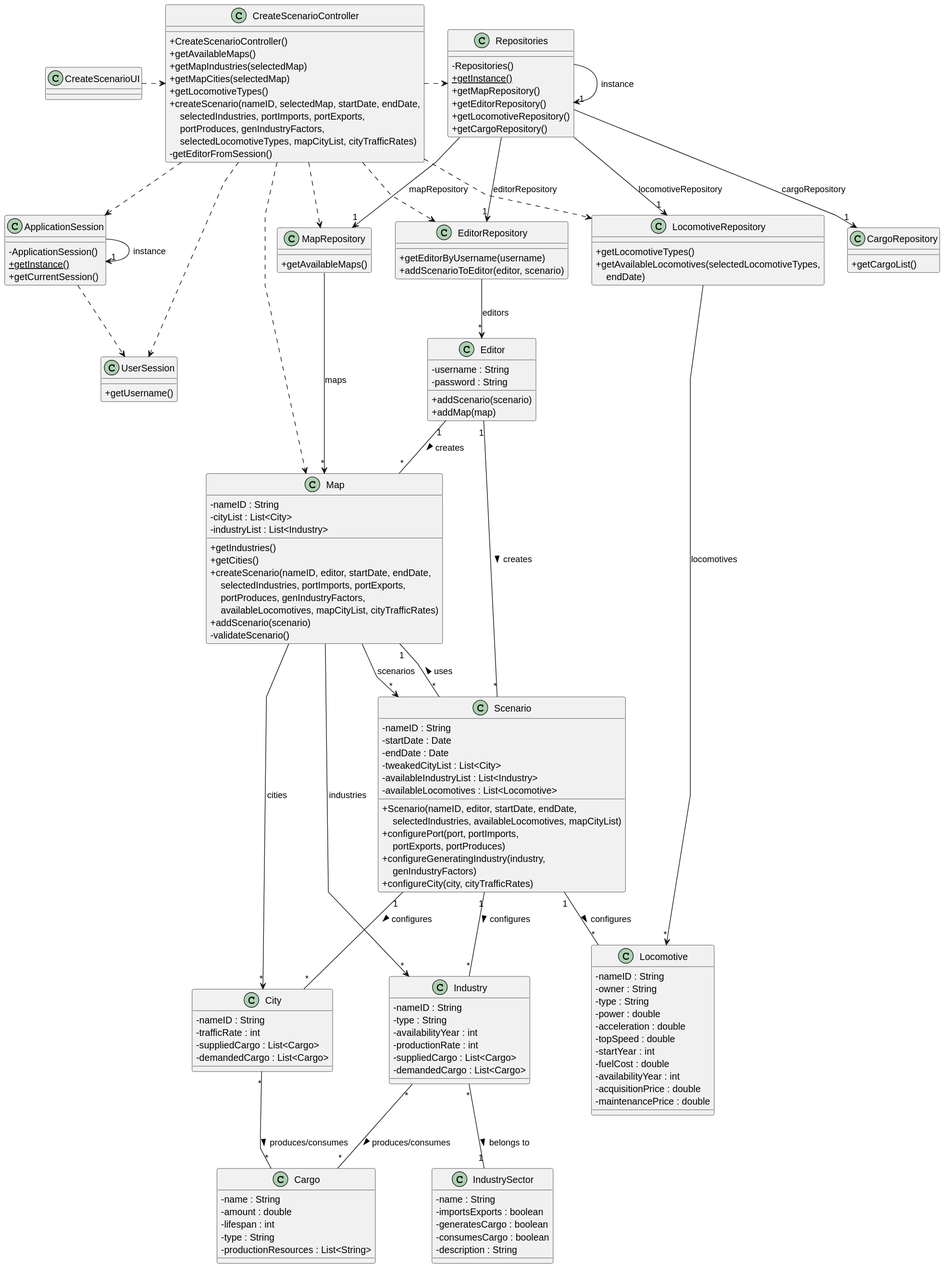
HenriqueSilva18/Railway-Network-Simulator keeps this PlantUML diagram as docs/system-documentation/Sprint 2/US04/03.design/svg/US04-CD.svg. Above is the earlier version.
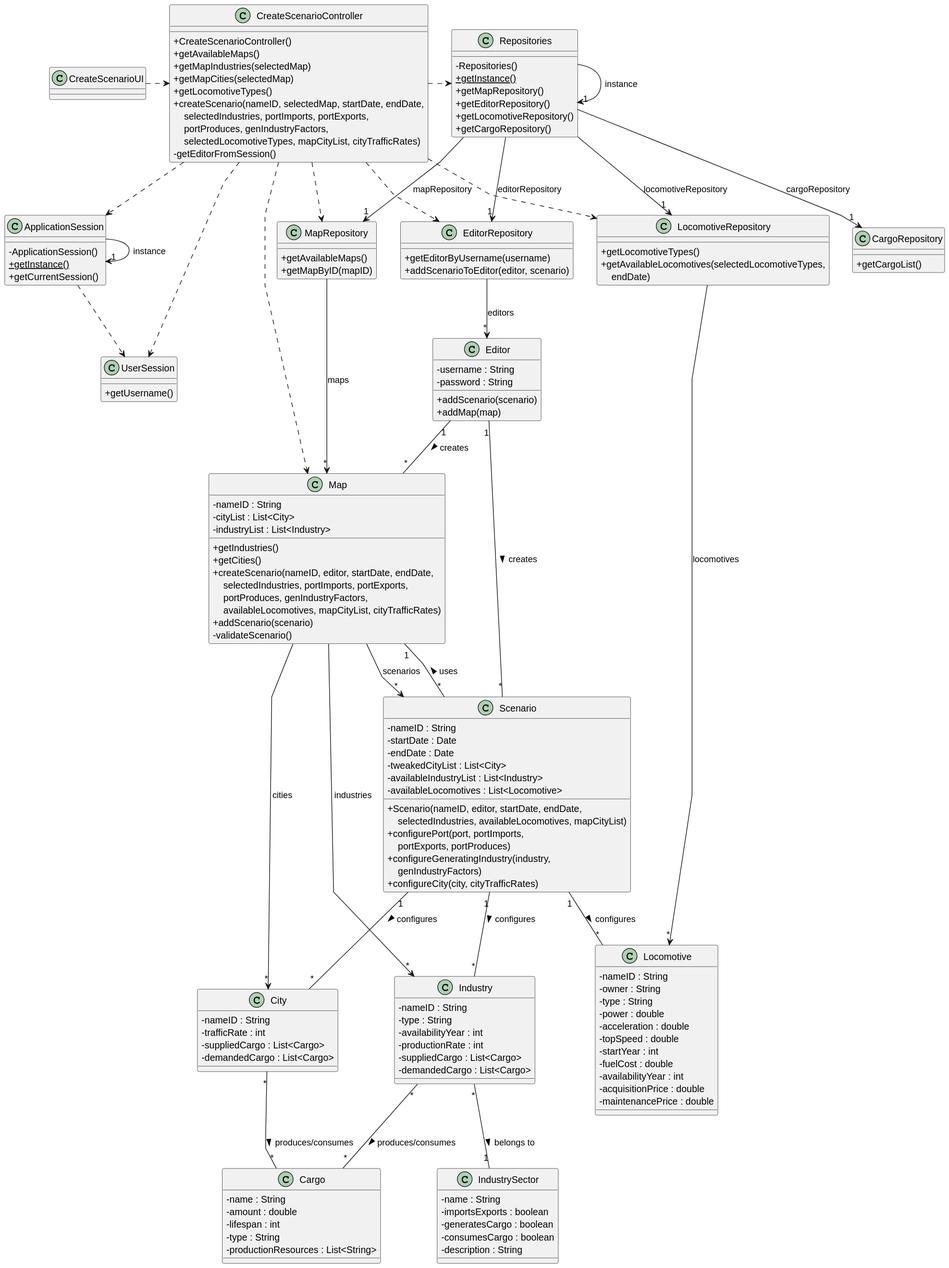
Above is the later version.

The edit, as a diff of the source:
```diff
@@ -97,6 +97,7 @@
 
 class MapRepository {
     + getAvailableMaps()
+    + getMapByID(mapID)
 }
 
 class CargoRepository {
```
